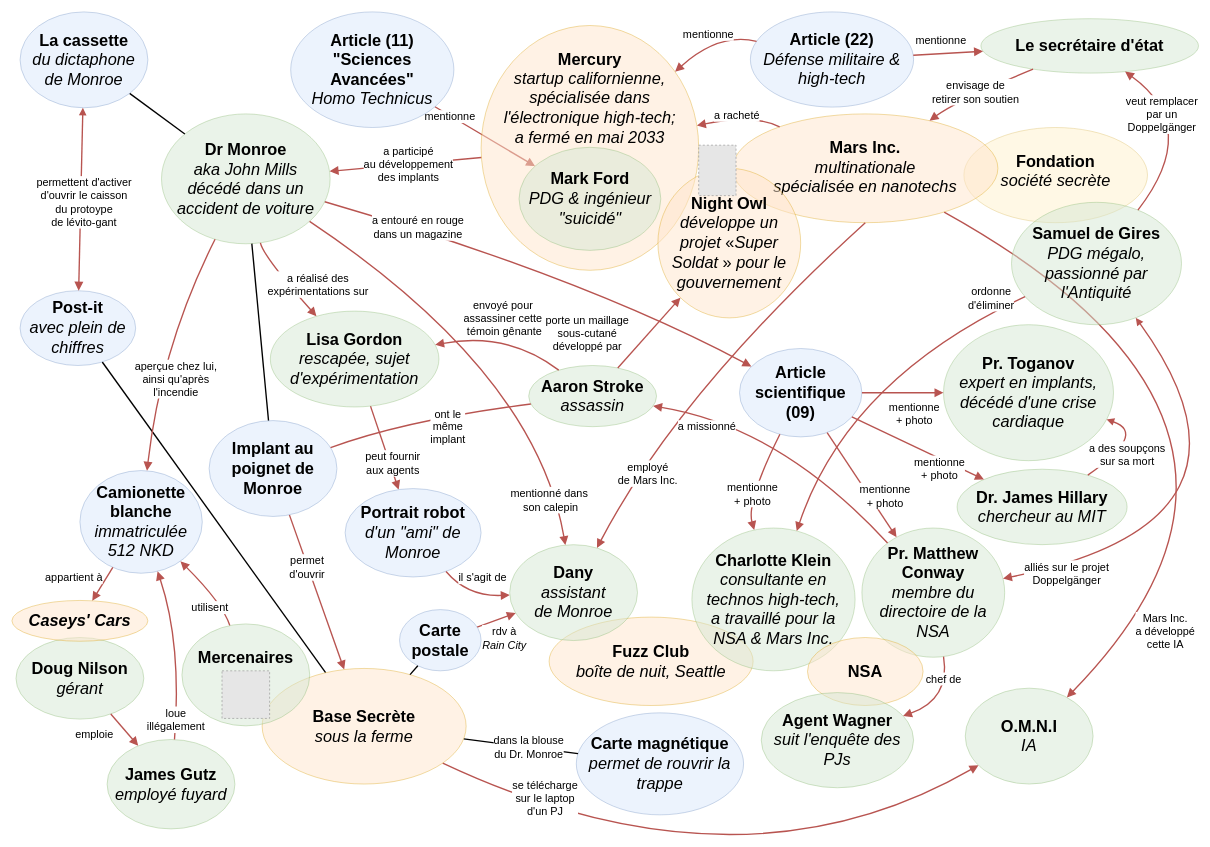
The draw.io diagram CriticalFondation/DiagrammeDeLaSaison1-Etendu.drawio in Lucas-C/jdr, before the edit. Source tidied: cells renumbered, new cells numbered last; positions are measured from the earlier drawing's top-left corner, leaving out a move shared by most shapes. Both pictures are drawn from the tidied source at 68%, with x=0, y=0 at pixel (12, 12). Pictures stored in the file or linked from it are replaced by grey dashed boxes.
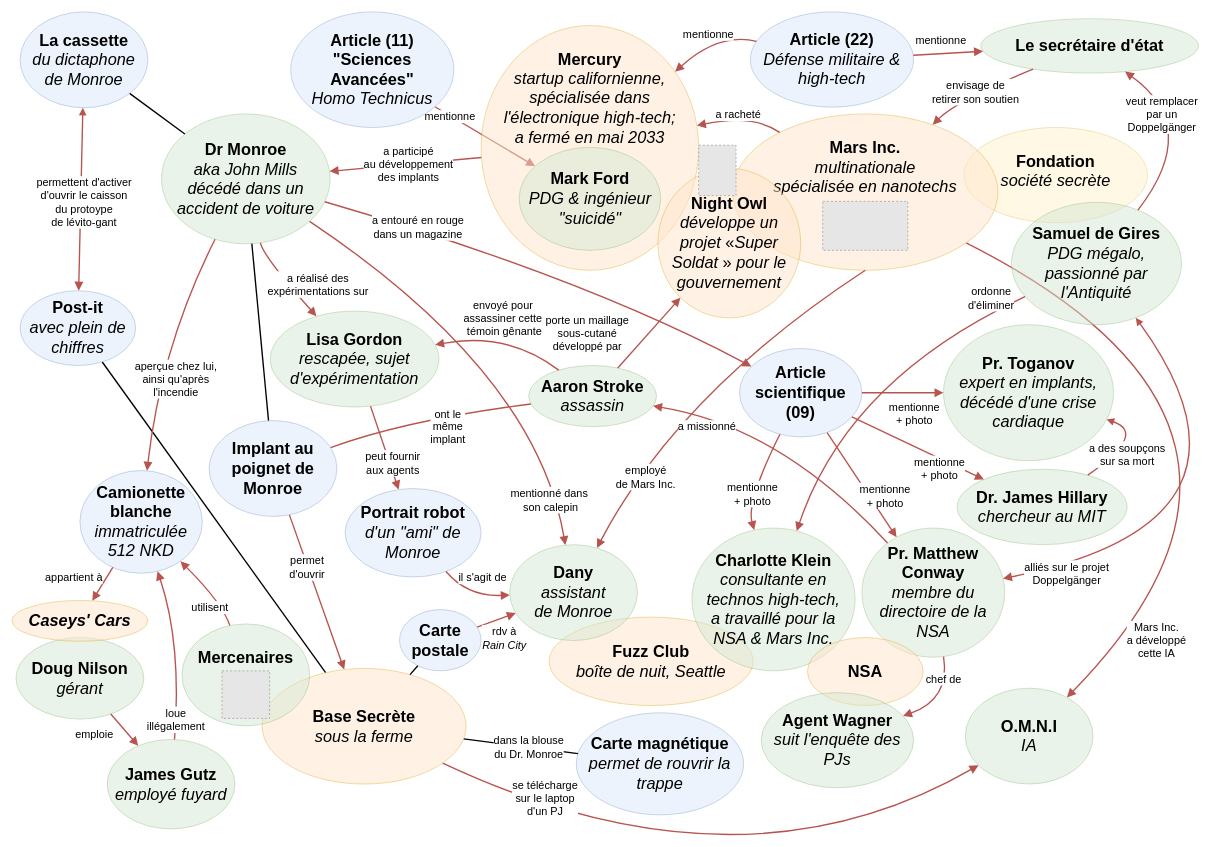
The same diagram, later.

Diff of the diagram source:
```diff
@@
     <mxCell id="7" value="&lt;div&gt;&lt;b&gt;&lt;br&gt;&lt;/b&gt;&lt;/div&gt;&lt;b&gt;Mars Inc.&lt;/b&gt;&lt;br&gt;&lt;i&gt;multinationale&lt;/i&gt;&lt;div&gt;&lt;i&gt;spécialisée en nanotechs&lt;/i&gt;&lt;/div&gt;" style="ellipse;whiteSpace=wrap;html=1;rounded=0;shadow=0;strokeWidth=1;fillColor=#ffe6cc;fontSize=24;align=center;strokeColor=#d79b00;opacity=50;verticalAlign=top;" parent="1" vertex="1">
-      <mxGeometry x="1060" y="150" width="390" height="160" as="geometry" />
+      <mxGeometry x="1060" y="150" width="390" height="230" as="geometry" />
     </mxCell>
@@
+    <mxCell id="116" style="fillColor=#E6E6E6;strokeColor=#999999;dashed=1;verticalLabelPosition=bottom;labelBackgroundColor=default;verticalAlign=top;" parent="1" vertex="1">
+      <mxGeometry x="1192.4" y="278.6" width="125.2" height="72" as="geometry" />
+    </mxCell>
```
